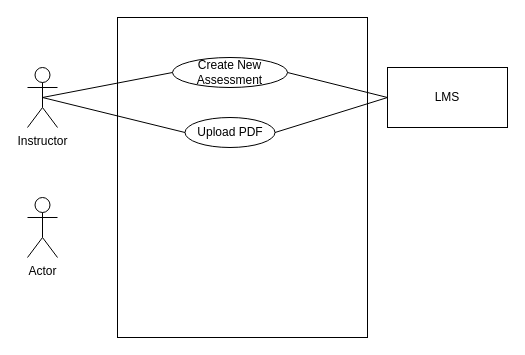
antonykimuom/SWEN30006-2025-SM1-workshop1-tuew05-14-00-team-12 keeps this draw.io diagram as domain_model_Workshop_2.drawio. Above is the earlier version. Source tidied: cells renumbered, new cells numbered last; positions are measured from the earlier drawing's top-left corner, leaving out a move shared by most shapes. Both pictures are drawn from the tidied source at 100%, with x=0, y=0 at pixel (27, 17).
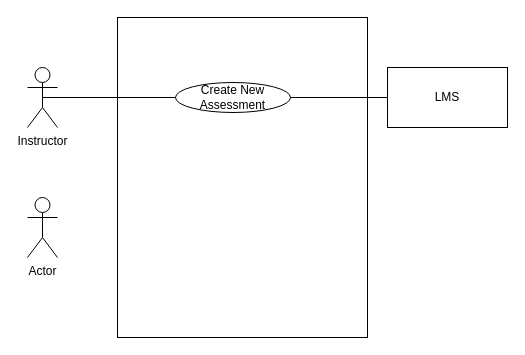
After the change.

Commit message:
now just assessmen

Diff of the diagram source:
```diff
@@
 <mxGraphModel>
   <root>
     <mxCell id="0" />
     <mxCell id="1" parent="0" />
     <mxCell id="2" style="rounded=0;whiteSpace=wrap;html=1;" parent="1" vertex="1">
       <mxGeometry x="90" width="250" height="320" as="geometry" />
     </mxCell>
     <mxCell id="3" value="Instructor" style="shape=umlActor;verticalLabelPosition=bottom;verticalAlign=top;html=1;outlineConnect=0;" parent="1" vertex="1">
       <mxGeometry y="50" width="30" height="60" as="geometry" />
     </mxCell>
     <mxCell id="4" value="Actor" style="shape=umlActor;verticalLabelPosition=bottom;verticalAlign=top;html=1;" parent="1" vertex="1">
       <mxGeometry y="180" width="30" height="60" as="geometry" />
     </mxCell>
     <mxCell id="5" value="LMS" style="rounded=0;whiteSpace=wrap;html=1;" parent="1" vertex="1">
       <mxGeometry x="360" y="50" width="120" height="60" as="geometry" />
     </mxCell>
     <mxCell id="6" value="Create New Assessment" style="ellipse;whiteSpace=wrap;html=1;" parent="1" vertex="1">
-      <mxGeometry x="145" y="40" width="115" height="30" as="geometry" />
+      <mxGeometry x="148" y="65" width="115" height="30" as="geometry" />
     </mxCell>
-    <mxCell id="7" value="Upload PDF" style="ellipse;whiteSpace=wrap;html=1;" parent="1" vertex="1">
-      <mxGeometry x="157.5" y="100" width="90" height="30" as="geometry" />
-    </mxCell>
     <mxCell id="8" style="endArrow=none;html=1;rounded=0;exitX=0.5;exitY=0.5;exitDx=0;exitDy=0;exitPerimeter=0;entryX=0;entryY=0.5;entryDx=0;entryDy=0;" parent="1" edge="1" source="3" target="6">
       <mxGeometry relative="1" as="geometry" />
     </mxCell>
-    <mxCell id="9" style="endArrow=none;html=1;rounded=0;entryX=0;entryY=0.5;entryDx=0;entryDy=0;exitX=0.5;exitY=0.5;exitDx=0;exitDy=0;exitPerimeter=0;" parent="1" edge="1" source="3" target="7">
-      <mxGeometry relative="1" as="geometry" />
-    </mxCell>
-    <mxCell id="10" style="endArrow=none;html=1;rounded=0;exitX=0;exitY=0.5;exitDx=0;exitDy=0;entryX=1;entryY=0.5;entryDx=0;entryDy=0;" parent="1" edge="1" source="5" target="7">
-      <mxGeometry relative="1" as="geometry" />
-    </mxCell>
     <mxCell id="11" style="endArrow=none;html=1;rounded=0;exitX=0;exitY=0.5;exitDx=0;exitDy=0;entryX=1;entryY=0.5;entryDx=0;entryDy=0;" parent="1" edge="1" source="5" target="6">
       <mxGeometry relative="1" as="geometry" />
     </mxCell>
   </root>
 </mxGraphModel>
```
